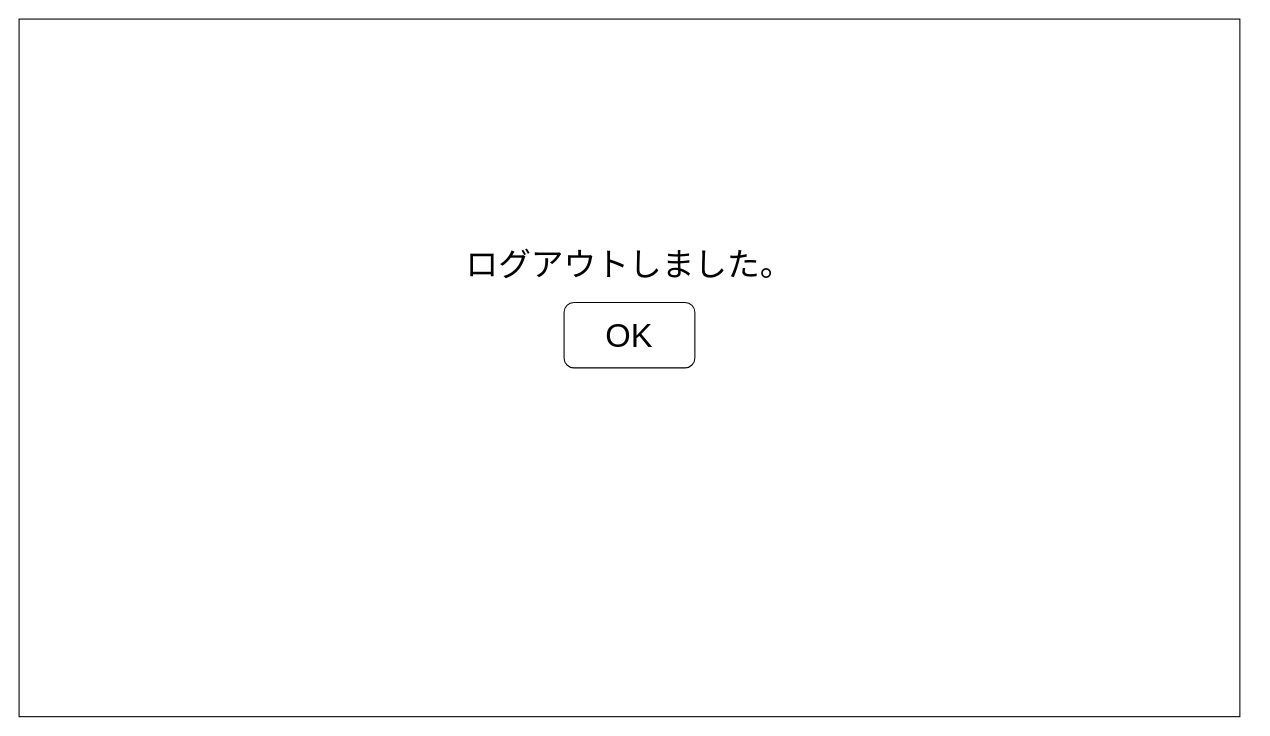
Earlier version of the draw.io diagram page "ログアウト画面" (6 of 7) of ワイヤーフレーム.drawio (ryoya07/chattool). Source tidied: cells renumbered, new cells numbered last; positions are measured from the earlier drawing's top-left corner, leaving out a move shared by most shapes. Both pictures are drawn from the tidied source at 109%, with x=0, y=0 at pixel (19, 19).
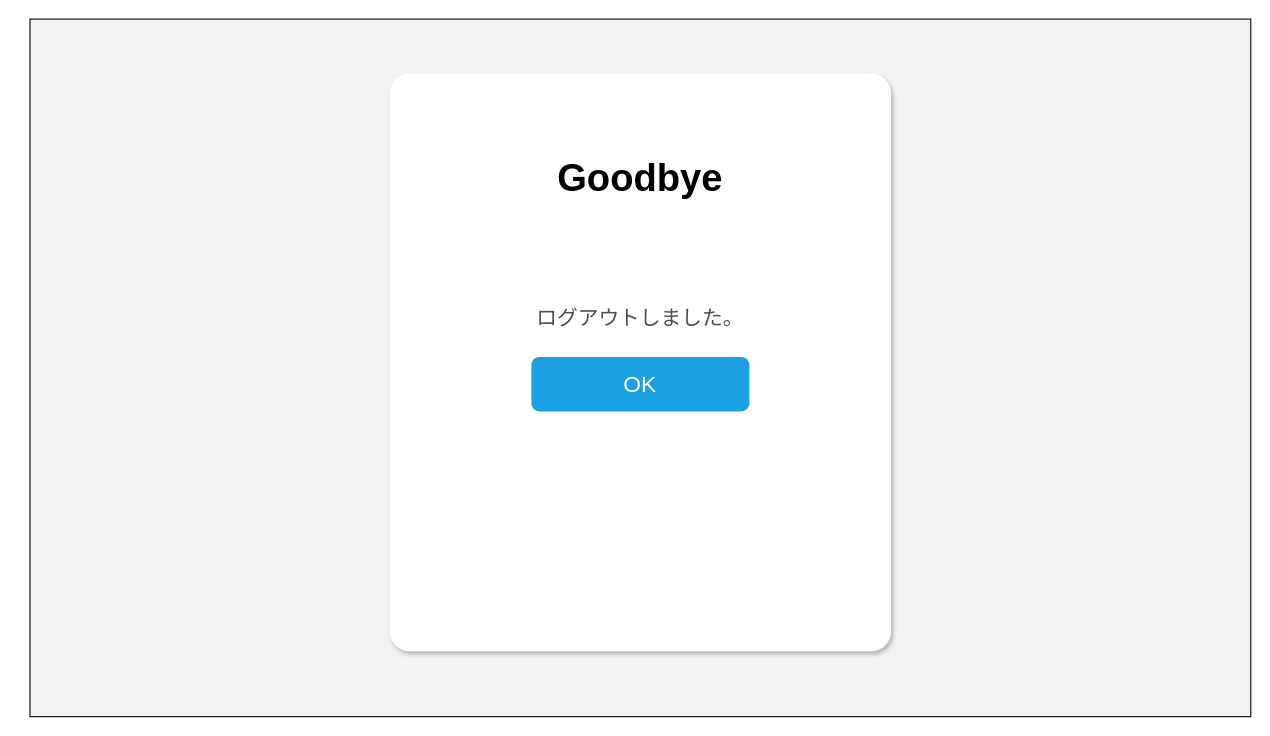
After the change.

The edit, as a diff of the source:
```diff
@@
 <mxGraphModel>
   <root>
     <mxCell id="0" />
     <mxCell id="1" parent="0" />
-    <mxCell id="2" style="rounded=0;whiteSpace=wrap;html=1;" parent="1" vertex="1">
-      <mxGeometry width="1120" height="640" as="geometry" />
-    </mxCell>
+    <mxCell id="5" style="rounded=0;whiteSpace=wrap;html=1;fillColor=#F2F2F2;" parent="1" vertex="1">
+      <mxGeometry x="10" width="1120" height="640" as="geometry" />
+    </mxCell>
+    <mxCell id="6" style="rounded=1;whiteSpace=wrap;html=1;labelBorderColor=none;glass=0;shadow=1;perimeterSpacing=0;gradientColor=none;arcSize=4;fontColor=#FFFFFF;labelBackgroundColor=none;textShadow=1;strokeColor=none;" parent="1" vertex="1">
+      <mxGeometry x="340" y="50" width="460" height="530" as="geometry" />
+    </mxCell>
-    <mxCell id="3" value="ログアウトしました。" style="text;html=1;align=center;verticalAlign=middle;whiteSpace=wrap;rounded=0;fontSize=30;" parent="1" vertex="1">
-      <mxGeometry x="385" y="210" width="350" height="30" as="geometry" />
+    <mxCell id="3" value="&lt;p class=&quot;text-sm text-center text-gray-500 mb-6&quot; style=&quot;font-family: Meiryo; text-align: start;&quot;&gt;ログアウトしました。&lt;/p&gt;" style="text;html=1;align=center;verticalAlign=middle;whiteSpace=wrap;rounded=0;fontSize=19;fontColor=#4D4D4D;" parent="1" vertex="1">
+      <mxGeometry x="325" y="260" width="490" height="30" as="geometry" />
     </mxCell>
-    <mxCell id="4" value="OK" style="rounded=1;whiteSpace=wrap;html=1;fontSize=30;" parent="1" vertex="1">
-      <mxGeometry x="500" y="260" width="120" height="60" as="geometry" />
+    <mxCell id="4" value="OK" style="rounded=1;whiteSpace=wrap;html=1;fontSize=21;labelBackgroundColor=none;fillColor=#1ba1e2;strokeColor=none;fontColor=#ffffff;" parent="1" vertex="1">
+      <mxGeometry x="470" y="310" width="200" height="50" as="geometry" />
     </mxCell>
+    <mxCell id="7" value="&lt;p style=&quot;font-family: Meiryo; text-align: start;&quot; class=&quot;text-sm text-center text-gray-500 mb-6&quot;&gt;&lt;font&gt;&lt;b&gt;Goodbye&lt;/b&gt;&lt;/font&gt;&lt;/p&gt;" style="text;html=1;align=center;verticalAlign=middle;whiteSpace=wrap;rounded=0;fontSize=35;fontColor=#000000;" parent="1" vertex="1">
+      <mxGeometry x="325" y="130" width="490" height="30" as="geometry" />
+    </mxCell>
   </root>
 </mxGraphModel>
```
